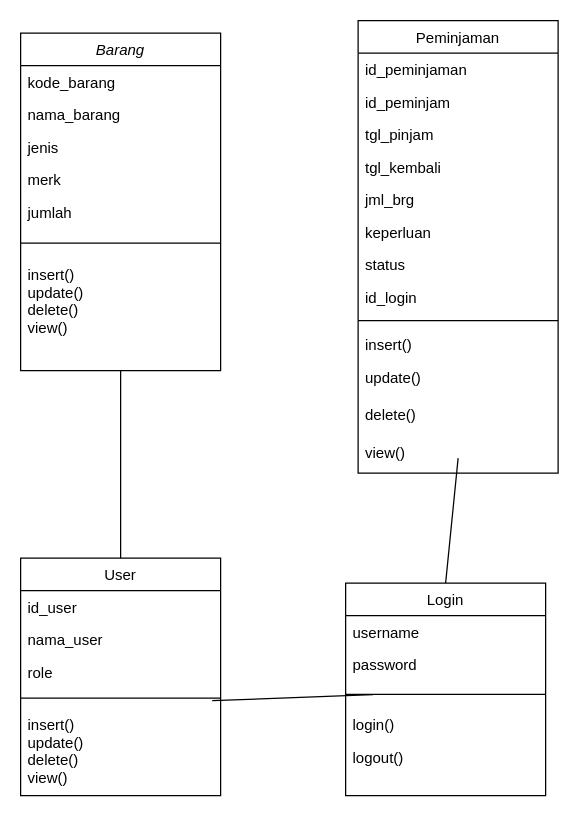
The draw.io diagram classDiagram.drawio in AlliefJundan/aaaaa, before the edit. Source tidied: cells renumbered, new cells numbered last; positions are measured from the earlier drawing's top-left corner, leaving out a move shared by most shapes. Both pictures are drawn from the tidied source at 125%, with x=0, y=0 at pixel (20, 20).
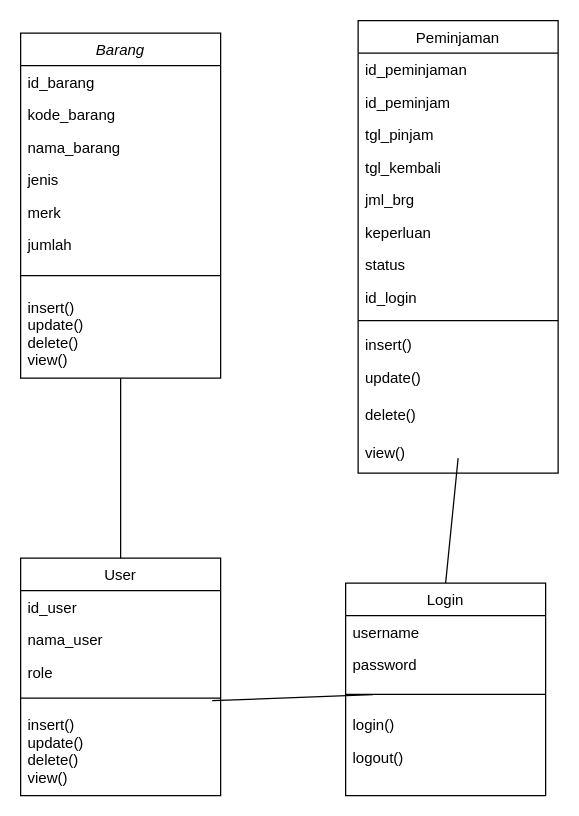
After the change.

What changed in the source:
```diff
@@
     <mxCell id="2" value="Barang" style="swimlane;fontStyle=2;align=center;verticalAlign=top;horizontal=1;startSize=26;rounded=0;shadow=0;strokeWidth=1;" parent="1" vertex="1">
-      <mxGeometry y="10" width="160" height="270" as="geometry" />
+      <mxGeometry y="10" width="160" height="276" as="geometry" />
     </mxCell>
-    <mxCell id="3" value="kode_barang" style="text;align=left;verticalAlign=top;spacingLeft=4;spacingRight=4;overflow=hidden;" parent="2" vertex="1">
+    <mxCell id="3" value="id_barang" style="text;align=left;verticalAlign=top;spacingLeft=4;spacingRight=4;overflow=hidden;" parent="2" vertex="1">
       <mxGeometry y="26" width="160" height="26" as="geometry" />
     </mxCell>
+    <mxCell id="39" value="kode_barang" style="text;align=left;verticalAlign=top;spacingLeft=4;spacingRight=4;overflow=hidden;" parent="2" vertex="1">
+      <mxGeometry y="52" width="160" height="26" as="geometry" />
+    </mxCell>
     <mxCell id="4" value="nama_barang" style="text;align=left;verticalAlign=top;spacingLeft=4;spacingRight=4;overflow=hidden;rounded=0;shadow=0;html=0;" parent="2" vertex="1">
-      <mxGeometry y="52" width="160" height="26" as="geometry" />
+      <mxGeometry y="78" width="160" height="26" as="geometry" />
     </mxCell>
     <mxCell id="5" value="jenis" style="text;align=left;verticalAlign=top;spacingLeft=4;spacingRight=4;overflow=hidden;rounded=0;shadow=0;html=0;" parent="2" vertex="1">
-      <mxGeometry y="78" width="160" height="26" as="geometry" />
+      <mxGeometry y="104" width="160" height="26" as="geometry" />
     </mxCell>
     <mxCell id="6" value="merk&#10;" style="text;align=left;verticalAlign=top;spacingLeft=4;spacingRight=4;overflow=hidden;rounded=0;shadow=0;html=0;" parent="2" vertex="1">
-      <mxGeometry y="104" width="160" height="26" as="geometry" />
+      <mxGeometry y="130" width="160" height="26" as="geometry" />
     </mxCell>
     <mxCell id="7" value="jumlah" style="text;align=left;verticalAlign=top;spacingLeft=4;spacingRight=4;overflow=hidden;rounded=0;shadow=0;html=0;" parent="2" vertex="1">
-      <mxGeometry y="130" width="160" height="26" as="geometry" />
+      <mxGeometry y="156" width="160" height="26" as="geometry" />
     </mxCell>
     <mxCell id="8" style="line;html=1;strokeWidth=1;align=left;verticalAlign=middle;spacingTop=-1;spacingLeft=3;spacingRight=3;labelPosition=right;" parent="2" vertex="1">
-      <mxGeometry y="156" width="160" height="24" as="geometry" />
+      <mxGeometry y="182" width="160" height="24" as="geometry" />
     </mxCell>
     <mxCell id="9" value="insert()&#10;update()&#10;delete()&#10;view()" style="text;align=left;verticalAlign=top;spacingLeft=4;spacingRight=4;overflow=hidden;" parent="2" vertex="1">
-      <mxGeometry y="180" width="160" height="70" as="geometry" />
+      <mxGeometry y="206" width="160" height="70" as="geometry" />
     </mxCell>
```
